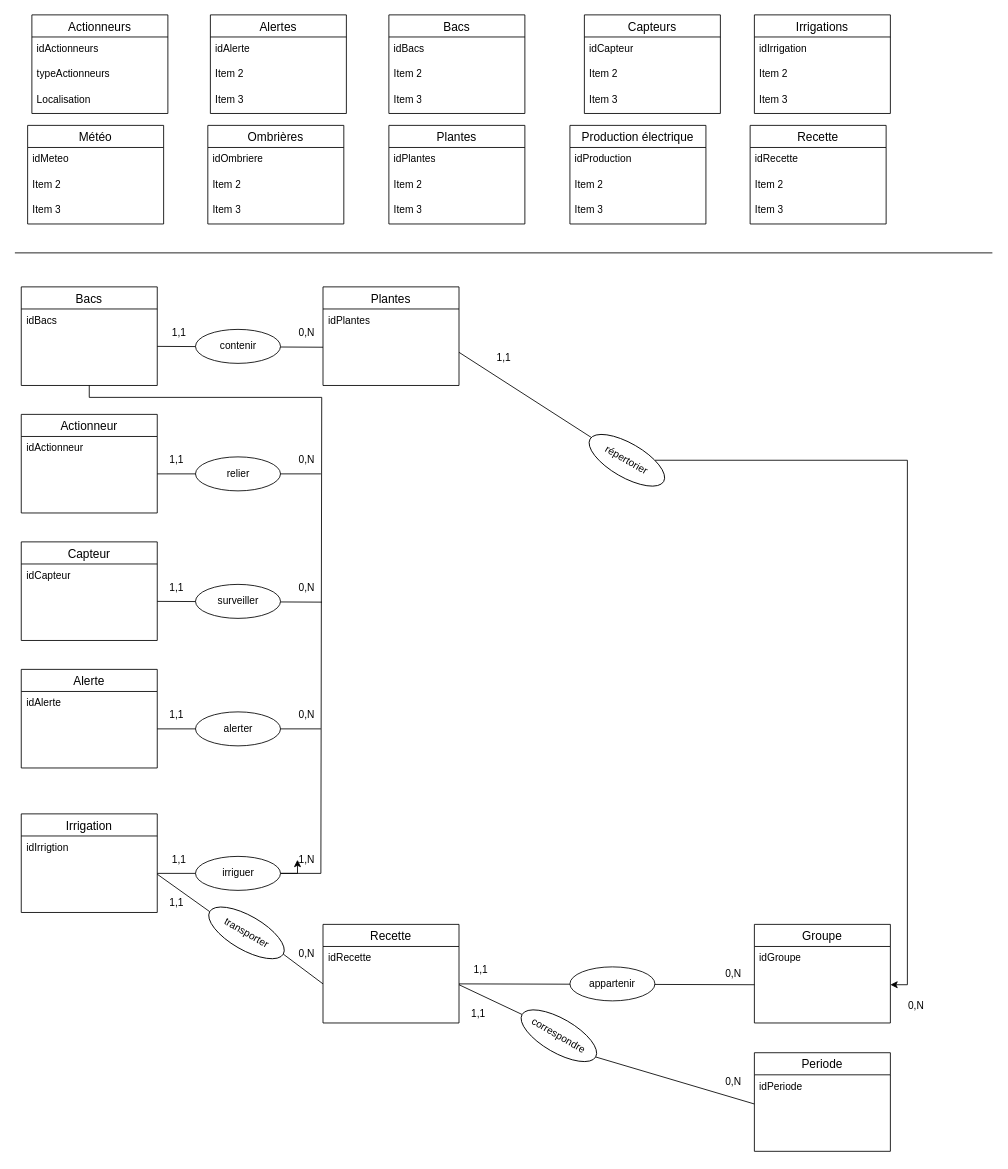
The draw.io diagram page "MCD" (2 of 2) of MCD.drawio in SAE601/BDD, before the edit. Source tidied: cells renumbered, new cells numbered last; positions are measured from the earlier drawing's top-left corner, leaving out a move shared by most shapes. Both pictures are drawn from the tidied source at 85%, with x=0, y=0 at pixel (14, 14).
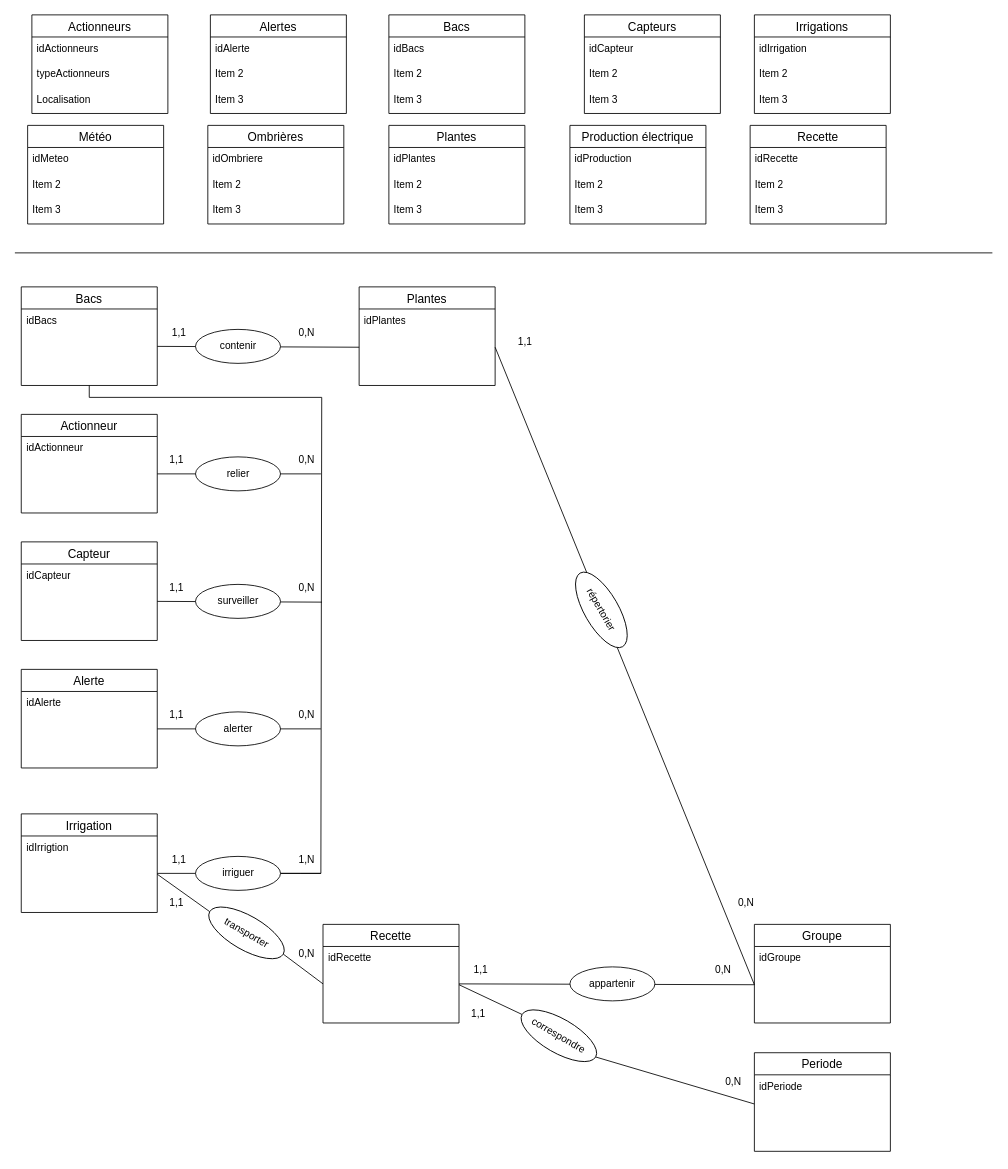
After the change.

Unchanged cells that the change refers to:
```xml
<mxCell id="48" value="&amp;nbsp;" style="text;strokeColor=none;fillColor=none;spacingLeft=4;spacingRight=4;overflow=hidden;points=[[0,0.5],[1,0.5]];portConstraint=eastwest;fontSize=12;whiteSpace=wrap;html=1;" parent="46" vertex="1">
  <mxGeometry y="56" width="160" height="30" as="geometry" />
</mxCell>
<mxCell id="83" value="&amp;nbsp;" style="text;strokeColor=none;fillColor=none;spacingLeft=4;spacingRight=4;overflow=hidden;points=[[0,0.5],[1,0.5]];portConstraint=eastwest;fontSize=12;whiteSpace=wrap;html=1;" parent="81" vertex="1">
  <mxGeometry y="56" width="160" height="30" as="geometry" />
</mxCell>
<mxCell id="106" value="irriguer" style="ellipse;whiteSpace=wrap;html=1;align=center;" parent="1" vertex="1">
  <mxGeometry x="212.5" y="990" width="100" height="40" as="geometry" />
</mxCell>
<mxCell id="108" value="1,N" style="text;html=1;align=center;verticalAlign=middle;points=[];strokeColor=none;fillColor=none;" parent="1" vertex="1">
  <mxGeometry x="322.5" y="979" width="40" height="30" as="geometry" />
</mxCell>
```

Change to the diagram source:
```diff
@@
     <mxCell id="46" value="Plantes" style="swimlane;fontStyle=0;horizontal=1;startSize=26;align=center;fontSize=14;" parent="1" vertex="1">
-      <mxGeometry x="362.5" y="320" width="160" height="116" as="geometry" />
+      <mxGeometry x="405" y="320" width="160" height="116" as="geometry" />
     </mxCell>
@@
     <mxCell id="79" value="0,N" style="text;html=1;align=center;verticalAlign=middle;strokeColor=none;fillColor=none;" parent="1" vertex="1">
-      <mxGeometry x="1040" y="1151" width="40" height="30" as="geometry" />
+      <mxGeometry x="840" y="1030" width="40" height="30" as="geometry" />
     </mxCell>
@@
     <mxCell id="88" value="0,N" style="text;html=1;align=center;verticalAlign=middle;strokeColor=none;fillColor=none;" parent="1" vertex="1">
-      <mxGeometry x="825" y="1113" width="40" height="30" as="geometry" />
+      <mxGeometry x="813" y="1109" width="40" height="30" as="geometry" />
     </mxCell>
@@
-    <mxCell id="105" style="edgeStyle=orthogonalEdgeStyle;rounded=0;jettySize=auto;html=1;" parent="1" edge="1" source="106" target="108">
-      <mxGeometry relative="1" as="geometry" />
+    <mxCell id="105" style="edgeStyle=orthogonalEdgeStyle;rounded=0;jettySize=auto;html=1;endArrow=none;startFill=0;" parent="1" edge="1" source="106">
+      <mxGeometry relative="1" as="geometry">
+        <mxPoint x="360" y="1010" as="targetPoint" />
+      </mxGeometry>
     </mxCell>
@@
-    <mxCell id="118" style="endArrow=none;html=1;rounded=0;exitX=1;exitY=0.5;exitDx=0;exitDy=0;" parent="1" edge="1" target="120">
-      <mxGeometry relative="1" as="geometry">
-        <mxPoint x="522.5" y="397" as="sourcePoint" />
-      </mxGeometry>
-    </mxCell>
-    <mxCell id="119" style="edgeStyle=orthogonalEdgeStyle;rounded=0;jettySize=auto;html=1;entryX=1;entryY=0.5;entryDx=0;entryDy=0;" parent="1" edge="1" source="120" target="83">
-      <mxGeometry relative="1" as="geometry">
-        <Array as="points">
-          <mxPoint x="1050" y="524" />
-          <mxPoint x="1050" y="1141" />
-        </Array>
-      </mxGeometry>
-    </mxCell>
+    <mxCell id="122" style="rounded=0;jettySize=auto;html=1;entryX=0;entryY=0.5;entryDx=0;entryDy=0;endArrow=none;startFill=0;exitX=1;exitY=0.5;exitDx=0;exitDy=0;" parent="1" edge="1" source="48" target="83">
+      <mxGeometry relative="1" as="geometry" />
+    </mxCell>
+    <mxCell id="121" value="1,1" style="text;html=1;align=center;verticalAlign=middle;strokeColor=none;fillColor=none;" parent="1" vertex="1">
+      <mxGeometry x="580" y="370" width="40" height="30" as="geometry" />
+    </mxCell>
-    <mxCell id="120" value="répertorier" style="ellipse;whiteSpace=wrap;html=1;align=center;rotation=30;" parent="1" vertex="1">
-      <mxGeometry x="670" y="504" width="100" height="40" as="geometry" />
+    <mxCell id="120" value="répertorier" style="ellipse;whiteSpace=wrap;html=1;align=center;rotation=60;" parent="1" vertex="1">
+      <mxGeometry x="640" y="680" width="100" height="40" as="geometry" />
     </mxCell>
-    <mxCell id="121" value="1,1" style="text;html=1;align=center;verticalAlign=middle;strokeColor=none;fillColor=none;" parent="1" vertex="1">
-      <mxGeometry x="555" y="389" width="40" height="30" as="geometry" />
-    </mxCell>
```
